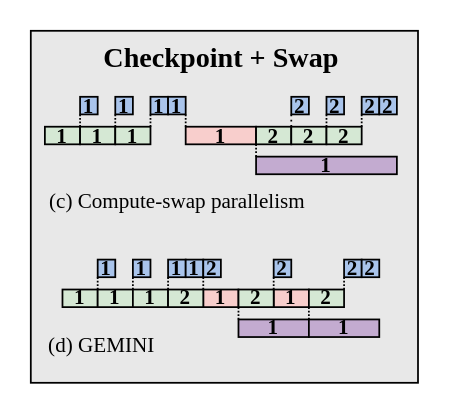
The draw.io diagram fig/pipeline_mot2.drawio in icszhr/NCheck, before the edit. Source tidied: cells renumbered, new cells numbered last; positions are measured from the earlier drawing's top-left corner, leaving out a move shared by most shapes. Both pictures are drawn from the tidied source at 176%, with x=0, y=0 at pixel (30, 30).
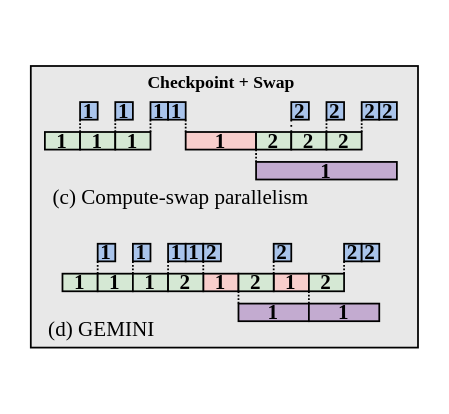
After the change.

The edit, as a diff of the source:
```diff
@@
     <mxCell id="2" style="rounded=0;whiteSpace=wrap;html=1;fontFamily=Times New Roman;fillColor=#E8E8E8;fontSize=12;fontStyle=1;labelPosition=center;verticalLabelPosition=middle;align=center;verticalAlign=middle;spacing=0;" parent="1" vertex="1">
-      <mxGeometry width="220" height="200" as="geometry" />
+      <mxGeometry y="20" width="220" height="160" as="geometry" />
     </mxCell>
     <mxCell id="3" value="(c) Compute-swap parallelism" style="text;html=1;align=center;verticalAlign=middle;whiteSpace=wrap;rounded=0;fontFamily=Times New Roman;" parent="1" vertex="1">
-      <mxGeometry x="6" y="81.5" width="155" height="30" as="geometry" />
+      <mxGeometry x="8" y="84.5" width="155" height="21.5" as="geometry" />
     </mxCell>
     <mxCell id="4" value="(d) GEMINI" style="text;html=1;align=center;verticalAlign=middle;whiteSpace=wrap;rounded=0;fontFamily=Times New Roman;" parent="1" vertex="1">
-      <mxGeometry x="8" y="164" width="64.5" height="30" as="geometry" />
+      <mxGeometry x="8" y="155" width="64.5" height="30" as="geometry" />
     </mxCell>
     <mxCell id="5" value="1" style="whiteSpace=wrap;fillColor=#F8CECC;fontSize=12;fontFamily=Times New Roman;fontStyle=1;spacing=0;" parent="1" vertex="1">
-      <mxGeometry x="98" y="147" width="20" height="10" as="geometry" />
+      <mxGeometry x="98" y="138" width="20" height="10" as="geometry" />
     </mxCell>
     <mxCell id="6" value="1" style="whiteSpace=wrap;fillColor=#D5E8D4;fontSize=12;fontFamily=Times New Roman;fontStyle=1;spacing=0;" parent="1" vertex="1">
-      <mxGeometry x="18" y="147" width="20" height="10" as="geometry" />
+      <mxGeometry x="18" y="138" width="20" height="10" as="geometry" />
     </mxCell>
     <mxCell id="7" value="1" style="whiteSpace=wrap;fillColor=#D5E8D4;fontSize=12;fontFamily=Times New Roman;fontStyle=1;spacing=0;" parent="1" vertex="1">
-      <mxGeometry x="38" y="147" width="20" height="10" as="geometry" />
+      <mxGeometry x="38" y="138" width="20" height="10" as="geometry" />
     </mxCell>
@@
     <mxCell id="9" value="1" style="whiteSpace=wrap;fillColor=#A9C4EB;fontSize=12;fontFamily=Times New Roman;fontStyle=1;labelBackgroundColor=none;spacing=0;spacingTop=0;spacingBottom=0;" parent="1" vertex="1">
-      <mxGeometry x="28" y="37.5" width="10" height="10" as="geometry" />
+      <mxGeometry x="28" y="40.5" width="10" height="10" as="geometry" />
     </mxCell>
@@
     <mxCell id="11" value="1" style="whiteSpace=wrap;fillColor=#A9C4EB;fontSize=12;fontFamily=Times New Roman;fontStyle=1;labelBackgroundColor=none;spacing=0;spacingTop=0;spacingBottom=0;" parent="1" vertex="1">
-      <mxGeometry x="48" y="37.5" width="10" height="10" as="geometry" />
+      <mxGeometry x="48" y="40.5" width="10" height="10" as="geometry" />
     </mxCell>
@@
     <mxCell id="13" value="1" style="whiteSpace=wrap;fillColor=#A9C4EB;fontSize=12;fontFamily=Times New Roman;fontStyle=1;labelBackgroundColor=none;spacing=0;spacingTop=0;spacingBottom=0;" parent="1" vertex="1">
-      <mxGeometry x="68" y="37.5" width="10" height="10" as="geometry" />
+      <mxGeometry x="68" y="40.5" width="10" height="10" as="geometry" />
     </mxCell>
@@
     <mxCell id="15" value="1" style="whiteSpace=wrap;fillColor=#A9C4EB;fontSize=12;fontFamily=Times New Roman;fontStyle=1;labelBackgroundColor=none;spacing=0;spacingTop=0;spacingBottom=0;" parent="1" vertex="1">
-      <mxGeometry x="78" y="37.5" width="10" height="10" as="geometry" />
+      <mxGeometry x="78" y="40.5" width="10" height="10" as="geometry" />
     </mxCell>
     <mxCell id="16" value="1" style="whiteSpace=wrap;fillColor=#D5E8D4;fontSize=12;fontFamily=Times New Roman;fontStyle=1;labelBackgroundColor=none;spacing=0;spacingTop=0;spacingBottom=0;" parent="1" vertex="1">
-      <mxGeometry x="8" y="54.5" width="20" height="10" as="geometry" />
+      <mxGeometry x="8" y="57.5" width="20" height="10" as="geometry" />
     </mxCell>
     <mxCell id="17" value="1" style="whiteSpace=wrap;fillColor=#D5E8D4;fontSize=12;fontFamily=Times New Roman;fontStyle=1;labelBackgroundColor=none;spacing=0;spacingTop=0;spacingBottom=0;" parent="1" vertex="1">
-      <mxGeometry x="28" y="54.5" width="20" height="10" as="geometry" />
+      <mxGeometry x="28" y="57.5" width="20" height="10" as="geometry" />
     </mxCell>
     <mxCell id="18" value="1" style="whiteSpace=wrap;fillColor=#D5E8D4;fontSize=12;fontFamily=Times New Roman;fontStyle=1;labelBackgroundColor=none;spacing=0;spacingTop=0;spacingBottom=0;" parent="1" vertex="1">
-      <mxGeometry x="48" y="54.5" width="20" height="10" as="geometry" />
+      <mxGeometry x="48" y="57.5" width="20" height="10" as="geometry" />
     </mxCell>
     <mxCell id="19" value="1" style="whiteSpace=wrap;fillColor=#D5E8D4;fontSize=12;fontFamily=Times New Roman;fontStyle=1;spacing=0;" parent="1" vertex="1">
-      <mxGeometry x="58" y="147" width="20" height="10" as="geometry" />
+      <mxGeometry x="58" y="138" width="20" height="10" as="geometry" />
     </mxCell>
     <mxCell id="20" value="1" style="whiteSpace=wrap;fillColor=#F8CECC;fontSize=12;fontFamily=Times New Roman;fontStyle=1;spacing=0;" parent="1" vertex="1">
-      <mxGeometry x="138" y="147" width="20" height="10" as="geometry" />
+      <mxGeometry x="138" y="138" width="20" height="10" as="geometry" />
     </mxCell>
@@
     <mxCell id="22" value="1" style="whiteSpace=wrap;fillColor=#A9C4EB;fontSize=12;fontFamily=Times New Roman;fontStyle=1;spacing=0;" parent="1" vertex="1">
-      <mxGeometry x="38" y="130" width="10" height="10" as="geometry" />
+      <mxGeometry x="38" y="121" width="10" height="10" as="geometry" />
     </mxCell>
@@
     <mxCell id="24" value="1" style="whiteSpace=wrap;fillColor=#A9C4EB;fontSize=12;fontFamily=Times New Roman;fontStyle=1;spacing=0;" parent="1" vertex="1">
-      <mxGeometry x="58" y="130" width="10" height="10" as="geometry" />
+      <mxGeometry x="58" y="121" width="10" height="10" as="geometry" />
     </mxCell>
@@
     <mxCell id="26" value="1" style="whiteSpace=wrap;fillColor=#A9C4EB;fontSize=12;fontFamily=Times New Roman;fontStyle=1;spacing=0;" parent="1" vertex="1">
-      <mxGeometry x="78" y="130" width="10" height="10" as="geometry" />
+      <mxGeometry x="78" y="121" width="10" height="10" as="geometry" />
     </mxCell>
     <mxCell id="27" value="1" style="whiteSpace=wrap;fillColor=#A9C4EB;fontSize=12;fontFamily=Times New Roman;fontStyle=1;spacing=0;" parent="1" vertex="1">
-      <mxGeometry x="88" y="130" width="10" height="10" as="geometry" />
+      <mxGeometry x="88" y="121" width="10" height="10" as="geometry" />
     </mxCell>
     <mxCell id="28" value="1" style="whiteSpace=wrap;fillColor=#F8CECC;fontSize=12;fontFamily=Times New Roman;fontStyle=1;labelBackgroundColor=none;spacing=0;spacingTop=0;spacingBottom=0;" parent="1" vertex="1">
-      <mxGeometry x="88" y="54.5" width="40" height="10" as="geometry" />
+      <mxGeometry x="88" y="57.5" width="40" height="10" as="geometry" />
     </mxCell>
     <mxCell id="29" value="1" style="whiteSpace=wrap;fillColor=#C3ABD0;fontSize=12;fontFamily=Times New Roman;fontStyle=1;spacing=0;" parent="1" vertex="1">
-      <mxGeometry x="118" y="164" width="40" height="10" as="geometry" />
+      <mxGeometry x="118" y="155" width="40" height="10" as="geometry" />
     </mxCell>
     <mxCell id="30" value="1" style="whiteSpace=wrap;fillColor=#C3ABD0;fontSize=12;fontFamily=Times New Roman;fontStyle=1;labelBackgroundColor=none;spacing=0;spacingTop=0;spacingBottom=0;" parent="1" vertex="1">
-      <mxGeometry x="128" y="71.5" width="80" height="10" as="geometry" />
+      <mxGeometry x="128" y="74.5" width="80" height="10" as="geometry" />
     </mxCell>
     <mxCell id="31" value="1" style="whiteSpace=wrap;fillColor=#C3ABD0;fontSize=12;fontFamily=Times New Roman;fontStyle=1;spacing=0;" parent="1" vertex="1">
-      <mxGeometry x="158" y="164" width="40" height="10" as="geometry" />
+      <mxGeometry x="158" y="155" width="40" height="10" as="geometry" />
     </mxCell>
@@
     <mxCell id="33" value="2" style="whiteSpace=wrap;fillColor=#A9C4EB;fontSize=12;fontFamily=Times New Roman;fontStyle=1;labelBackgroundColor=none;spacing=0;spacingTop=0;spacingBottom=0;" parent="1" vertex="1">
-      <mxGeometry x="148" y="37.5" width="10" height="10" as="geometry" />
+      <mxGeometry x="148" y="40.5" width="10" height="10" as="geometry" />
     </mxCell>
@@
     <mxCell id="35" value="2" style="whiteSpace=wrap;fillColor=#A9C4EB;fontSize=12;fontFamily=Times New Roman;fontStyle=1;labelBackgroundColor=none;spacing=0;spacingTop=0;spacingBottom=0;" parent="1" vertex="1">
-      <mxGeometry x="168" y="37.5" width="10" height="10" as="geometry" />
+      <mxGeometry x="168" y="40.5" width="10" height="10" as="geometry" />
     </mxCell>
@@
     <mxCell id="37" value="2" style="whiteSpace=wrap;fillColor=#A9C4EB;fontSize=12;fontFamily=Times New Roman;fontStyle=1;labelBackgroundColor=none;spacing=0;spacingTop=0;spacingBottom=0;" parent="1" vertex="1">
-      <mxGeometry x="188" y="37.5" width="10" height="10" as="geometry" />
+      <mxGeometry x="188" y="40.5" width="10" height="10" as="geometry" />
     </mxCell>
     <mxCell id="38" value="2" style="whiteSpace=wrap;fillColor=#A9C4EB;fontSize=12;fontFamily=Times New Roman;fontStyle=1;labelBackgroundColor=none;spacing=0;spacingTop=0;spacingBottom=0;" parent="1" vertex="1">
-      <mxGeometry x="198" y="37.5" width="10" height="10" as="geometry" />
+      <mxGeometry x="198" y="40.5" width="10" height="10" as="geometry" />
     </mxCell>
@@
     <mxCell id="40" value="2" style="whiteSpace=wrap;fillColor=#D5E8D4;fontSize=12;fontFamily=Times New Roman;fontStyle=1;labelBackgroundColor=none;spacing=0;spacingTop=0;spacingBottom=0;" parent="1" vertex="1">
-      <mxGeometry x="128" y="54.5" width="20" height="10" as="geometry" />
+      <mxGeometry x="128" y="57.5" width="20" height="10" as="geometry" />
     </mxCell>
     <mxCell id="41" value="2" style="whiteSpace=wrap;fillColor=#D5E8D4;fontSize=12;fontFamily=Times New Roman;fontStyle=1;labelBackgroundColor=none;spacing=0;spacingTop=0;spacingBottom=0;" parent="1" vertex="1">
-      <mxGeometry x="148" y="54.5" width="20" height="10" as="geometry" />
+      <mxGeometry x="148" y="57.5" width="20" height="10" as="geometry" />
     </mxCell>
     <mxCell id="42" value="2" style="whiteSpace=wrap;fillColor=#D5E8D4;fontSize=12;fontFamily=Times New Roman;fontStyle=1;labelBackgroundColor=none;spacing=0;spacingTop=0;spacingBottom=0;" parent="1" vertex="1">
-      <mxGeometry x="168" y="54.5" width="20" height="10" as="geometry" />
+      <mxGeometry x="168" y="57.5" width="20" height="10" as="geometry" />
     </mxCell>
     <mxCell id="43" value="2" style="whiteSpace=wrap;fillColor=#D5E8D4;fontSize=12;fontFamily=Times New Roman;fontStyle=1;spacing=0;" parent="1" vertex="1">
-      <mxGeometry x="78" y="147" width="20" height="10" as="geometry" />
+      <mxGeometry x="78" y="138" width="20" height="10" as="geometry" />
     </mxCell>
@@
     <mxCell id="45" value="2" style="whiteSpace=wrap;fillColor=#D5E8D4;fontSize=12;fontFamily=Times New Roman;fontStyle=1;spacing=0;" parent="1" vertex="1">
-      <mxGeometry x="118" y="147" width="20" height="10" as="geometry" />
+      <mxGeometry x="118" y="138" width="20" height="10" as="geometry" />
     </mxCell>
@@
     <mxCell id="47" value="2" style="whiteSpace=wrap;fillColor=#D5E8D4;fontSize=12;fontFamily=Times New Roman;fontStyle=1;spacing=0;" parent="1" vertex="1">
-      <mxGeometry x="158" y="147" width="20" height="10" as="geometry" />
+      <mxGeometry x="158" y="138" width="20" height="10" as="geometry" />
     </mxCell>
@@
     <mxCell id="49" value="2" style="whiteSpace=wrap;fillColor=#A9C4EB;fontSize=12;fontFamily=Times New Roman;fontStyle=1;spacing=0;" parent="1" vertex="1">
-      <mxGeometry x="98" y="130" width="10" height="10" as="geometry" />
+      <mxGeometry x="98" y="121" width="10" height="10" as="geometry" />
     </mxCell>
@@
     <mxCell id="51" value="2" style="whiteSpace=wrap;fillColor=#A9C4EB;fontSize=12;fontFamily=Times New Roman;fontStyle=1;spacing=0;" parent="1" vertex="1">
-      <mxGeometry x="138" y="130" width="10" height="10" as="geometry" />
+      <mxGeometry x="138" y="121" width="10" height="10" as="geometry" />
     </mxCell>
@@
     <mxCell id="53" value="2" style="whiteSpace=wrap;fillColor=#A9C4EB;fontSize=12;fontFamily=Times New Roman;fontStyle=1;spacing=0;" parent="1" vertex="1">
-      <mxGeometry x="178" y="130" width="10" height="10" as="geometry" />
+      <mxGeometry x="178" y="121" width="10" height="10" as="geometry" />
     </mxCell>
     <mxCell id="54" value="2" style="whiteSpace=wrap;fillColor=#A9C4EB;fontSize=12;fontFamily=Times New Roman;fontStyle=1;spacing=0;" parent="1" vertex="1">
-      <mxGeometry x="188" y="130" width="10" height="10" as="geometry" />
+      <mxGeometry x="188" y="121" width="10" height="10" as="geometry" />
     </mxCell>
-    <mxCell id="55" value="&lt;font style=&quot;font-size: 16px;&quot;&gt;&lt;b&gt;Checkpoint + Swap&lt;/b&gt;&lt;/font&gt;" style="text;html=1;align=center;verticalAlign=middle;whiteSpace=wrap;rounded=0;fontFamily=Times New Roman;" parent="1" vertex="1">
-      <mxGeometry x="31.6" width="152.8" height="30" as="geometry" />
+    <mxCell id="55" value="&lt;font size=&quot;1&quot; style=&quot;&quot;&gt;&lt;b style=&quot;&quot;&gt;Checkpoint + Swap&lt;/b&gt;&lt;/font&gt;" style="text;html=1;align=center;verticalAlign=middle;whiteSpace=wrap;rounded=0;fontFamily=Times New Roman;" parent="1" vertex="1">
+      <mxGeometry x="31.6" y="24" width="152.8" height="10" as="geometry" />
     </mxCell>
```
